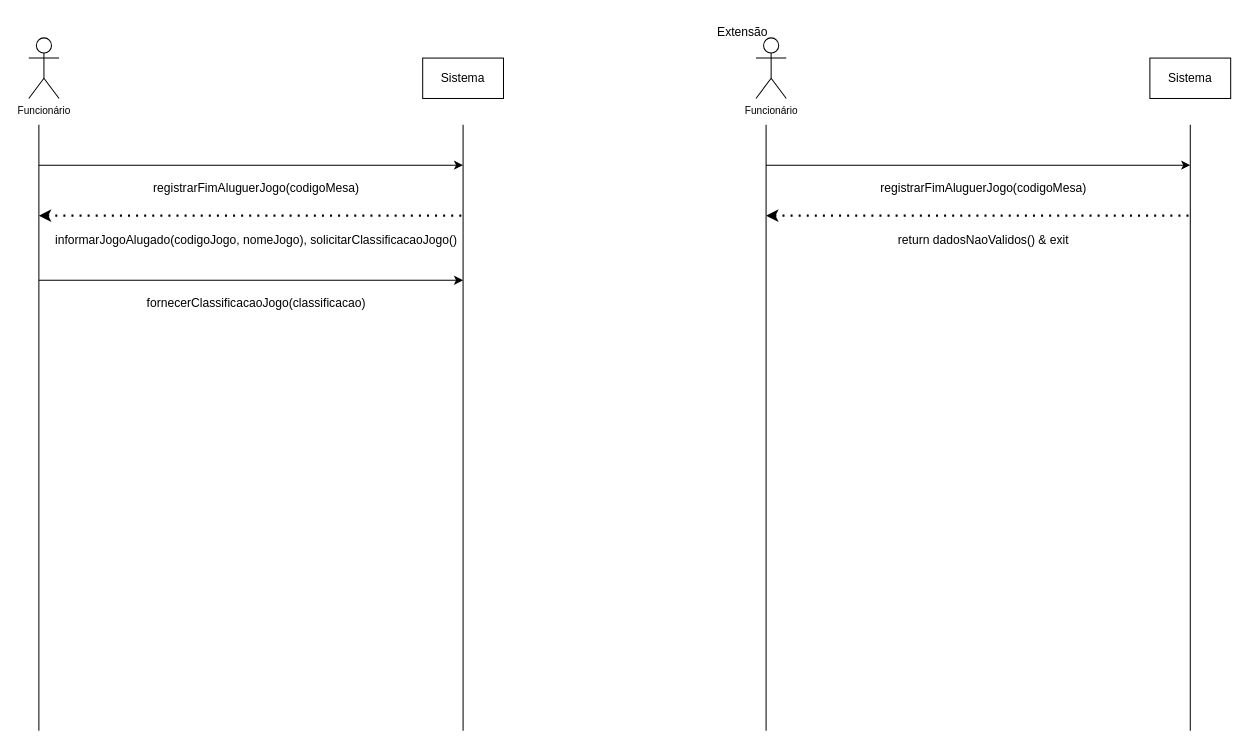
Before: ssd8.drawio in luccamarshall/DCO, a draw.io diagram. Source tidied: cells renumbered, new cells numbered last; positions are measured from the earlier drawing's top-left corner, leaving out a move shared by most shapes. Both pictures are drawn from the tidied source at 101%, with x=0, y=0 at pixel (28, 17).
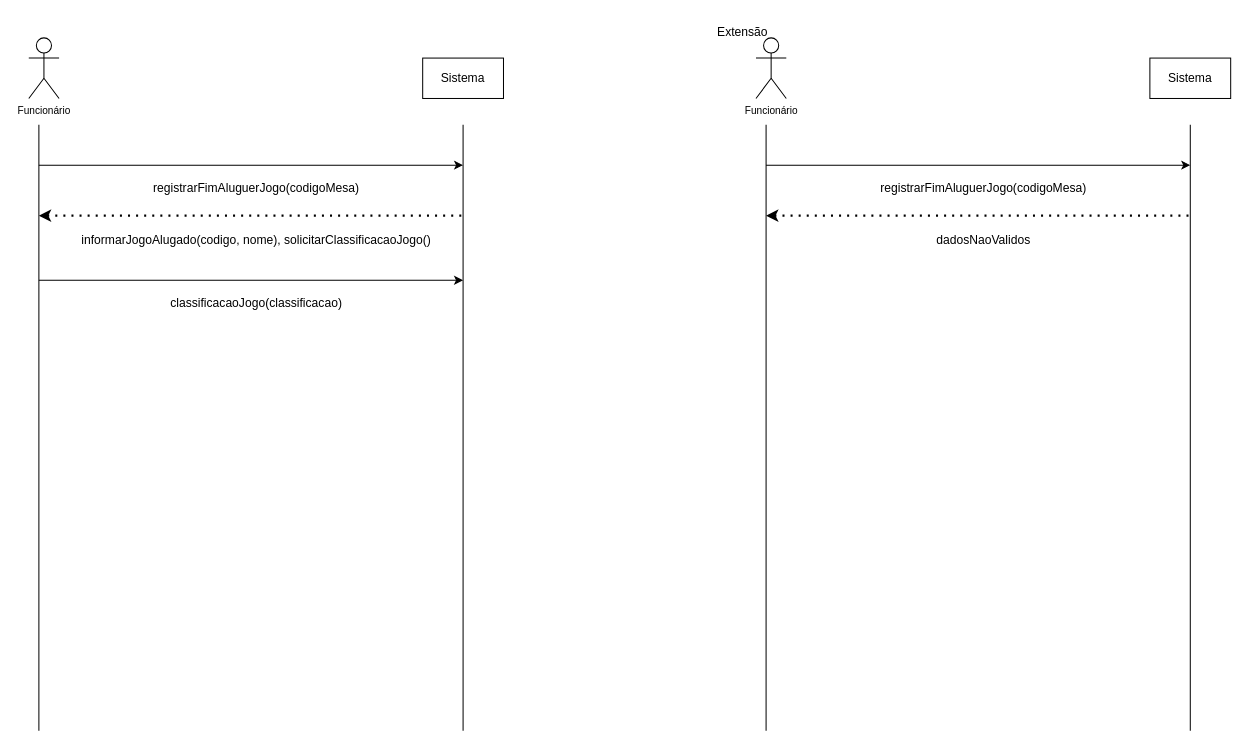
After the change.

Change to the diagram source:
```diff
@@
-    <mxCell id="8" value="informarJogoAlugado(codigoJogo, nomeJogo),&amp;nbsp;solicitarClassificacaoJogo()" style="text;html=1;align=center;verticalAlign=middle;strokeColor=none;fillColor=none;" parent="1" vertex="1">
-      <mxGeometry x="15" y="206" width="420" height="30" as="geometry" />
+    <mxCell id="8" value="informarJogoAlugado(codigo, nome),&amp;nbsp;solicitarClassificacaoJogo()" style="text;html=1;align=center;verticalAlign=middle;strokeColor=none;fillColor=none;" parent="1" vertex="1">
+      <mxGeometry x="40" y="206" width="370" height="30" as="geometry" />
     </mxCell>
@@
-    <mxCell id="11" value="fornecerClassificacaoJogo(classificacao)" style="text;html=1;align=center;verticalAlign=middle;strokeColor=none;fillColor=none;" parent="1" vertex="1">
-      <mxGeometry x="105" y="268" width="240" height="30" as="geometry" />
+    <mxCell id="11" value="classificacaoJogo(classificacao)" style="text;html=1;align=center;verticalAlign=middle;strokeColor=none;fillColor=none;" parent="1" vertex="1">
+      <mxGeometry x="130" y="268" width="190" height="30" as="geometry" />
     </mxCell>
@@
-    <mxCell id="18" value="return dadosNaoValidos() &amp;amp; exit" style="text;html=1;align=center;verticalAlign=middle;strokeColor=none;fillColor=none;" parent="1" vertex="1">
-      <mxGeometry x="850" y="206" width="190" height="30" as="geometry" />
+    <mxCell id="18" value="dadosNaoValidos" style="text;html=1;align=center;verticalAlign=middle;strokeColor=none;fillColor=none;" parent="1" vertex="1">
+      <mxGeometry x="885" y="206" width="120" height="30" as="geometry" />
     </mxCell>
```
